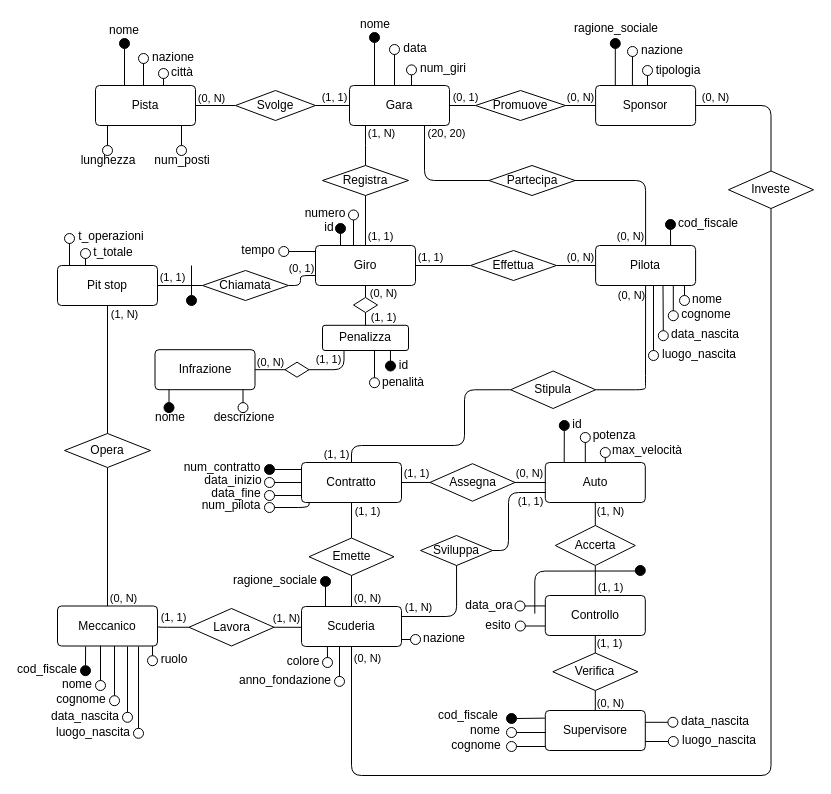
Above: er/finale.drawio in NotXia/car-racing (draw.io), before the change. Source tidied: cells renumbered, new cells numbered last; positions are measured from the earlier drawing's top-left corner, leaving out a move shared by most shapes. Both pictures are drawn from the tidied source at 100%, with x=0, y=0 at pixel (17, 19).
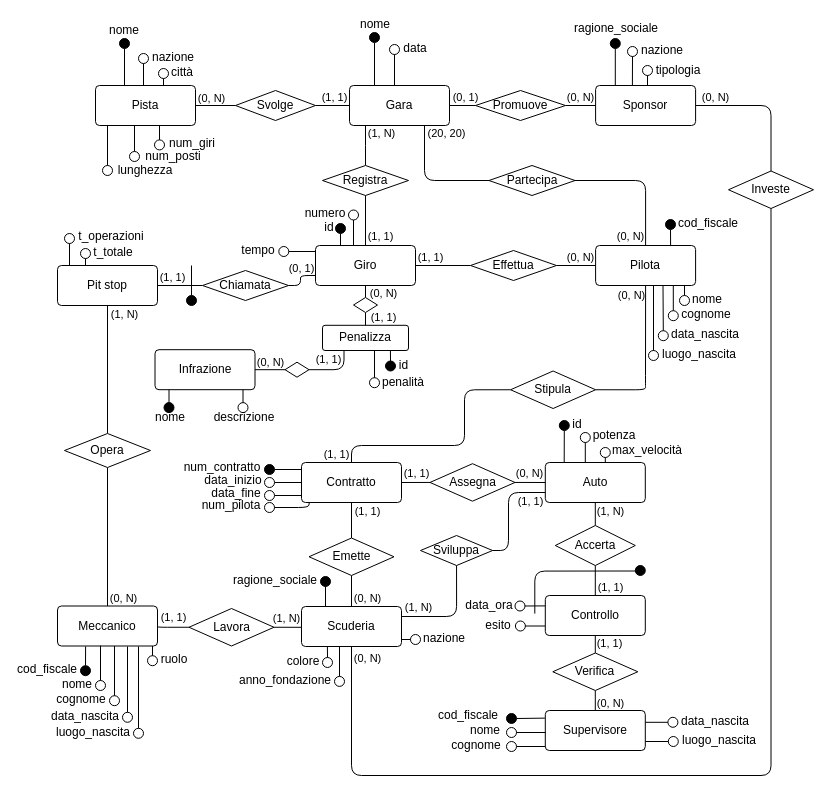
The same diagram, later.

What changed in the source:
```diff
@@
     <mxCell id="30" style="ellipse;whiteSpace=wrap;html=1;fillColor=none;" parent="1" vertex="1">
-      <mxGeometry x="85" y="126" width="10" height="10" as="geometry" />
+      <mxGeometry x="85" y="146" width="10" height="10" as="geometry" />
     </mxCell>
@@
     <mxCell id="32" value="lunghezza" style="text;html=1;strokeColor=none;fillColor=none;align=center;verticalAlign=middle;whiteSpace=wrap;rounded=0;" parent="1" vertex="1">
-      <mxGeometry x="61" y="136" width="60" height="10" as="geometry" />
+      <mxGeometry x="98" y="146" width="60" height="10" as="geometry" />
     </mxCell>
     <mxCell id="33" style="ellipse;whiteSpace=wrap;html=1;fillColor=none;" parent="1" vertex="1">
-      <mxGeometry x="159" y="126" width="10" height="10" as="geometry" />
+      <mxGeometry x="112" y="132" width="10" height="10" as="geometry" />
     </mxCell>
     <mxCell id="34" style="endArrow=none;html=1;rounded=0;strokeColor=default;" parent="1" edge="1" source="33">
       <mxGeometry relative="1" as="geometry">
-        <mxPoint x="164" y="106" as="targetPoint" />
+        <mxPoint x="117" y="106" as="targetPoint" />
       </mxGeometry>
     </mxCell>
     <mxCell id="35" value="num_posti" style="text;html=1;strokeColor=none;fillColor=none;align=center;verticalAlign=middle;whiteSpace=wrap;rounded=0;" parent="1" vertex="1">
-      <mxGeometry x="135" y="136" width="60" height="10" as="geometry" />
+      <mxGeometry x="126" y="132" width="60" height="10" as="geometry" />
     </mxCell>
@@
-    <mxCell id="45" style="endArrow=none;html=1;rounded=0;strokeColor=default;entryX=0.5;entryY=1;entryDx=0;entryDy=0;exitX=0.4;exitY=-0.009;exitDx=0;exitDy=0;exitPerimeter=0;" parent="1" edge="1" target="46">
-      <mxGeometry relative="1" as="geometry">
-        <mxPoint x="394" y="66" as="sourcePoint" />
-      </mxGeometry>
-    </mxCell>
+    <mxCell id="252" style="edgeStyle=orthogonalEdgeStyle;rounded=0;jettySize=auto;html=1;exitX=0.5;exitY=0;exitDx=0;exitDy=0;endArrow=none;endFill=0;" parent="1" edge="1" source="46">
+      <mxGeometry relative="1" as="geometry">
+        <mxPoint x="142" y="106" as="targetPoint" />
+      </mxGeometry>
+    </mxCell>
     <mxCell id="46" style="ellipse;whiteSpace=wrap;html=1;fillColor=none;" parent="1" vertex="1">
-      <mxGeometry x="389" y="45.4" width="10" height="10" as="geometry" />
+      <mxGeometry x="137" y="120.4" width="10" height="10" as="geometry" />
     </mxCell>
     <mxCell id="47" value="num_giri" style="text;html=1;strokeColor=none;fillColor=none;align=center;verticalAlign=middle;whiteSpace=wrap;rounded=0;" parent="1" vertex="1">
-      <mxGeometry x="399" y="44" width="54" height="10" as="geometry" />
+      <mxGeometry x="149" y="119" width="52" height="10" as="geometry" />
     </mxCell>
```
